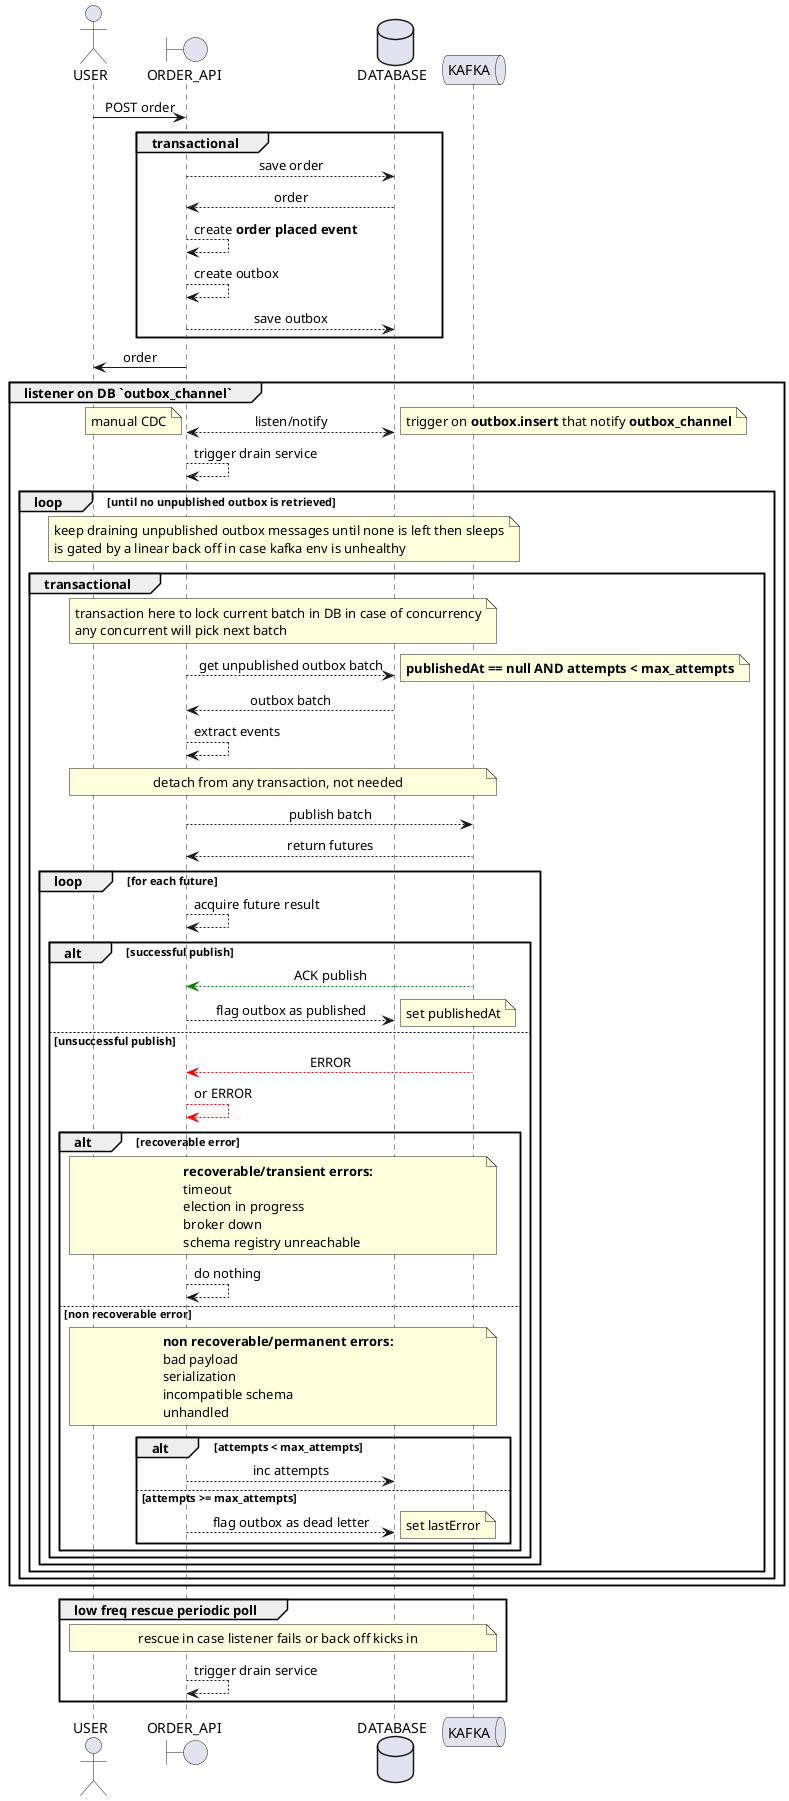
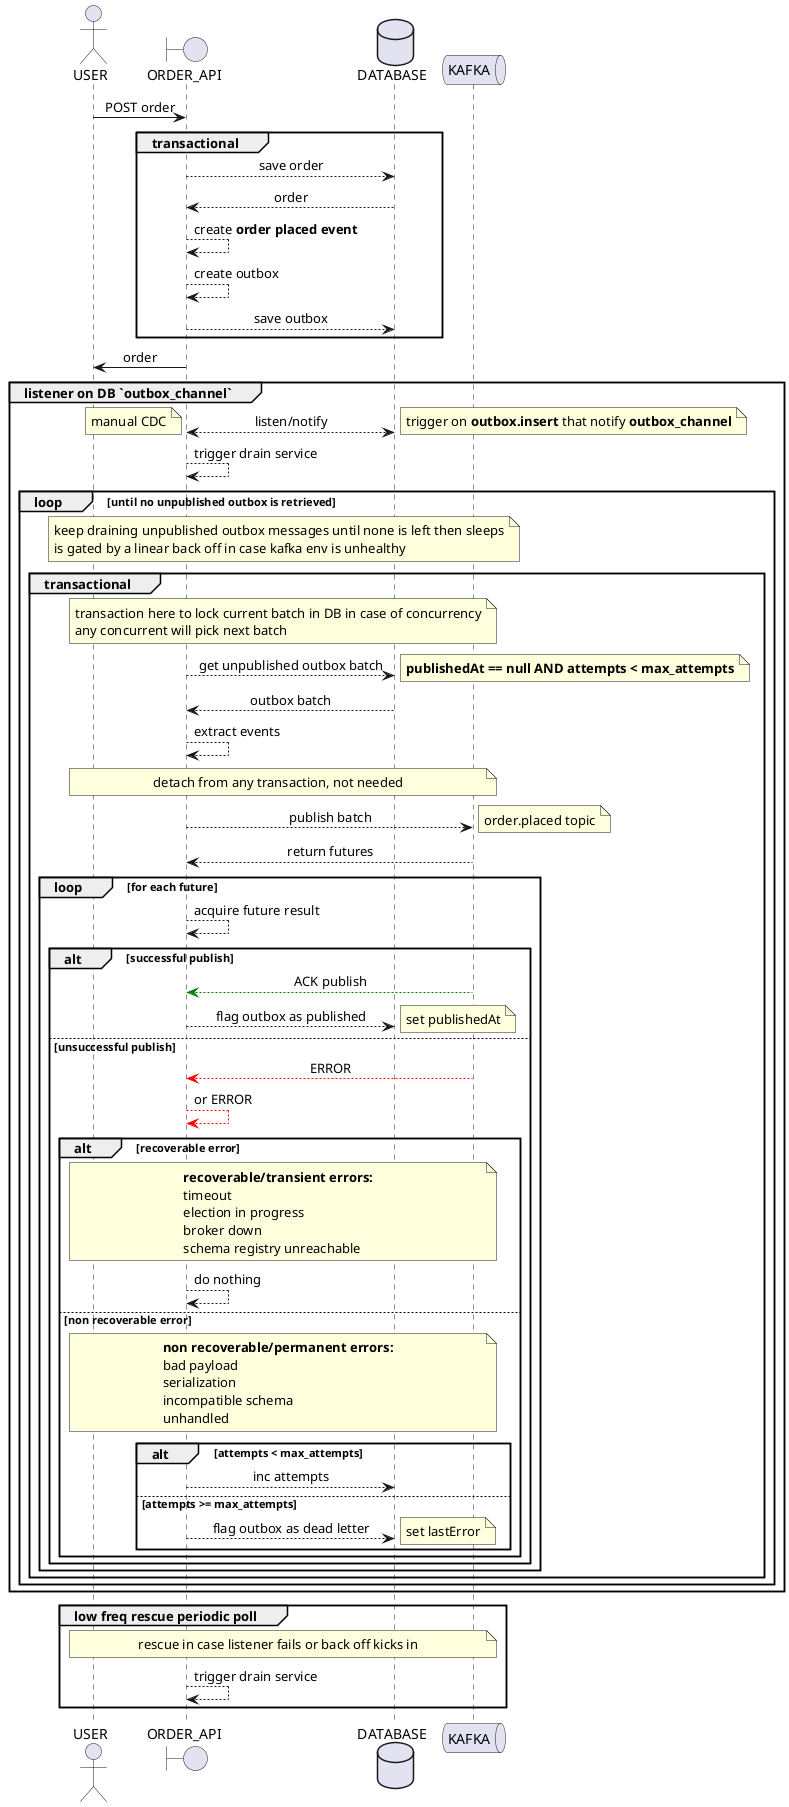
@startuml
skinparam sequenceMessageAlign center

actor USER as U
boundary ORDER_API as API
database DATABASE as DB
queue KAFKA as K

U -> API: POST order
group transactional
    API --> DB: save order
    DB --> API: order
    API --> API: create **order placed event**
    API --> API: create outbox
    API --> DB: save outbox
end
API -> U: order

group listener on DB `outbox_channel`
    API <--> DB: listen/notify
    note left: manual CDC
    note right: trigger on **outbox.insert** that notify **outbox_channel**
    API --> API: trigger drain service
    loop until no unpublished outbox is retrieved
        note across: keep draining unpublished outbox messages until none is left then sleeps\nis gated by a linear back off in case kafka env is unhealthy
        group transactional
            note across: transaction here to lock current batch in DB in case of concurrency\nany concurrent will pick next batch
            API --> DB: get unpublished outbox batch
            note right: **publishedAt == null AND attempts < max_attempts**
            DB --> API: outbox batch
            API --> API: extract events
            note across: detach from any transaction, not needed
            API --> K: publish batch
+             note right: order.placed topic
            K --> API: return futures
            loop for each future
                API --> API: acquire future result
                alt successful publish
                    K -[#green]-> API: ACK publish
                    API --> DB: flag outbox as published
                    note right: set publishedAt
                else unsuccessful publish
                    K -[#red]-> API: ERROR
                    API -[#red]-> API: or ERROR
                    alt recoverable error
                        note across
                            **recoverable/transient errors:**
                            timeout
                            election in progress
                            broker down
                            schema registry unreachable
                        end note
                        API --> API: do nothing
                    else non recoverable error
                        note across
                            **non recoverable/permanent errors:**
                            bad payload
                            serialization
                            incompatible schema
                            unhandled
                        end note
                        alt attempts < max_attempts
                            API --> DB: inc attempts
                        else attempts >= max_attempts
                            API --> DB: flag outbox as dead letter
                            note right: set lastError
                        end
                    end
                end
            end
        end
    end
end

group low freq rescue periodic poll
    note across: rescue in case listener fails or back off kicks in
    API --> API: trigger drain service
end
@enduml
